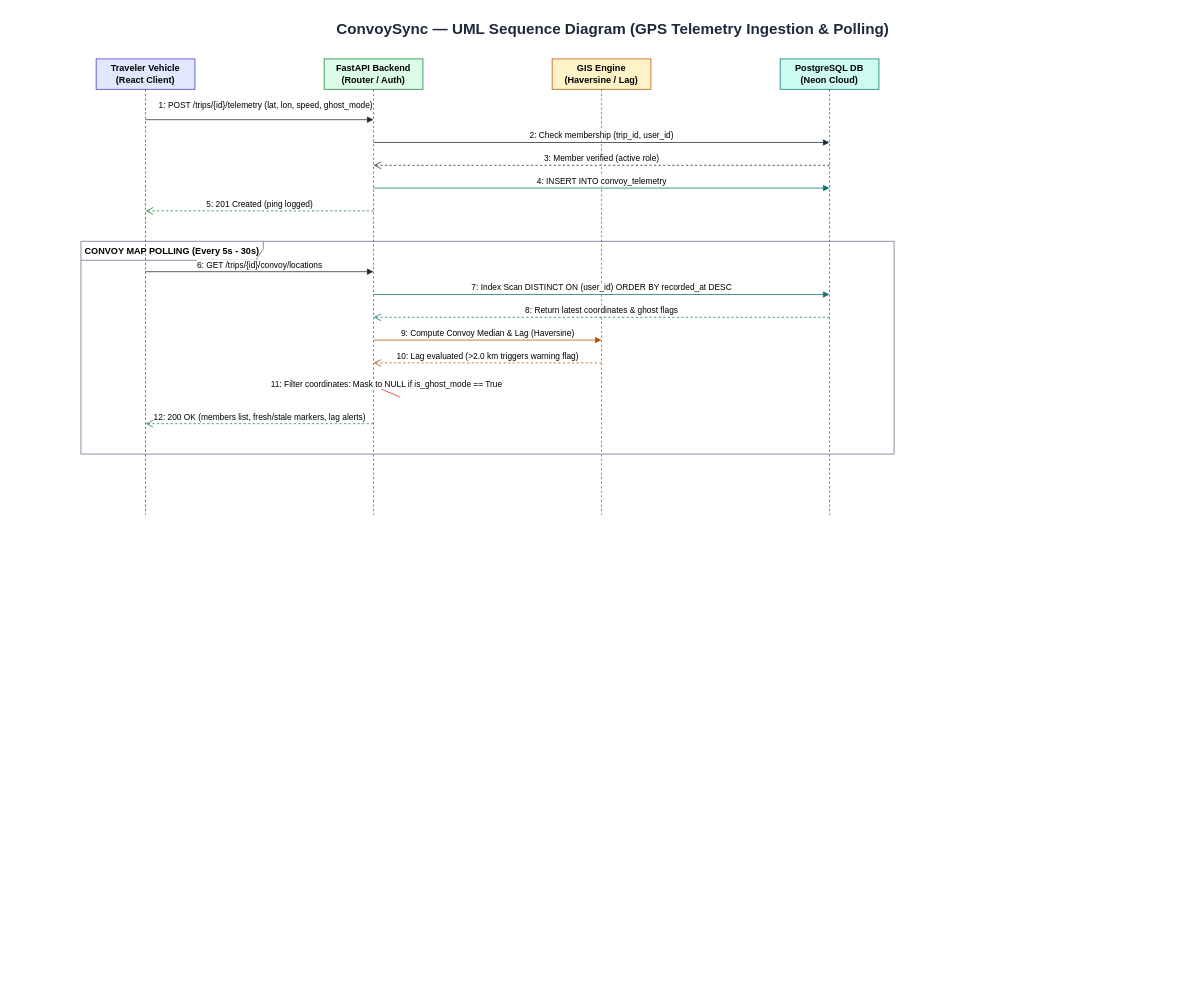
Earlier version of the draw.io diagram docs/diagrams/uml_sequence_diagram.drawio (kpal2207/Smart-Group-Trip-Coordination-Platform). Source tidied: cells renumbered, new cells numbered last; positions are measured from the earlier drawing's top-left corner, leaving out a move shared by most shapes. Both pictures are drawn from the tidied source at 76%, with x=0, y=0 at pixel (81, 13).
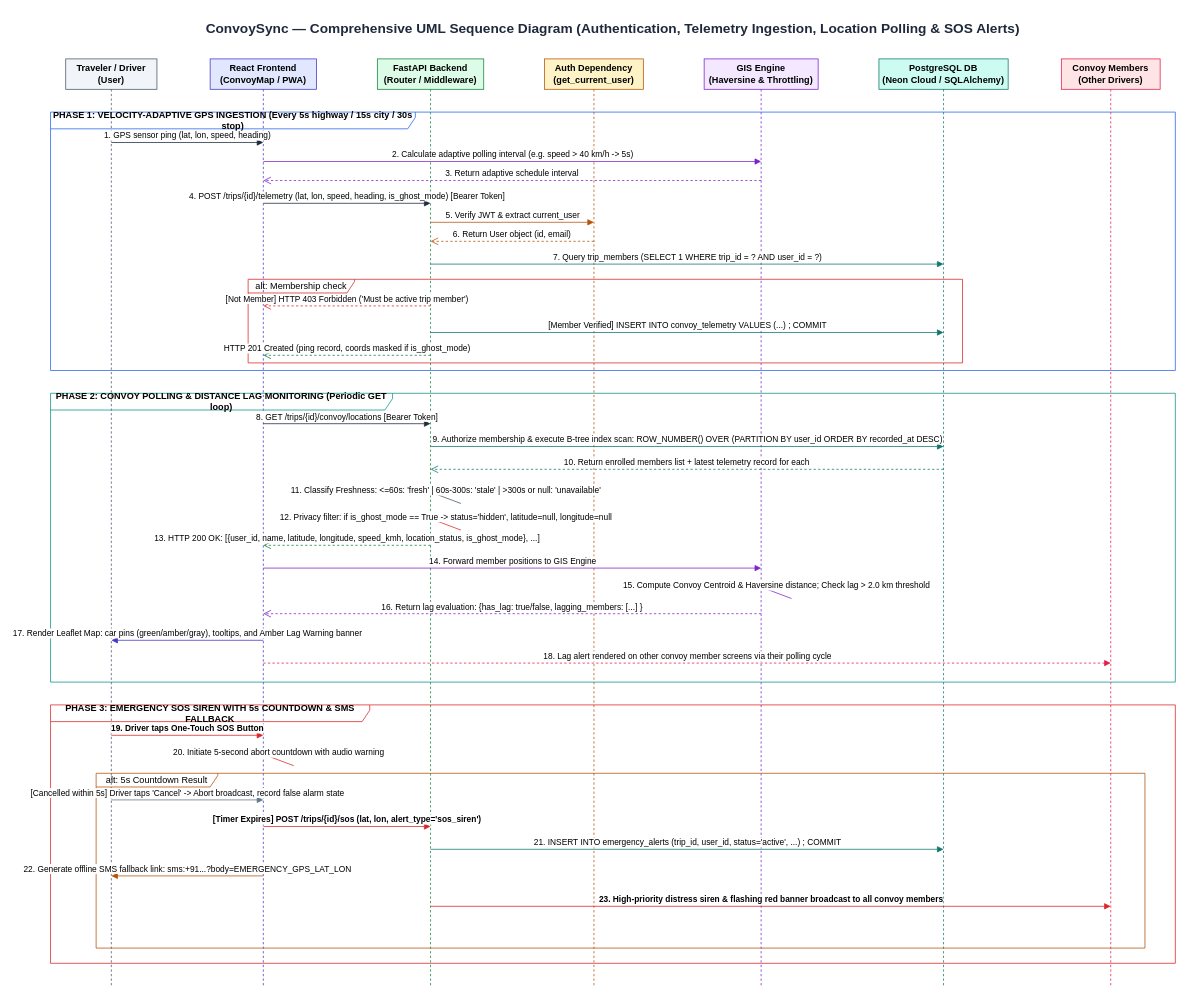
The same diagram, later.

Commit message (it also covers changes not shown here):
docs(db): complete UML sequence diagram with 3 phases - auth, telemetry, SOS

The edit, as a diff of the source:
```diff
@@
-    <mxCell id="2" value="ConvoySync — UML Sequence Diagram (GPS Telemetry Ingestion &amp; Polling)" style="text;html=1;strokeColor=none;fillColor=none;align=center;verticalAlign=middle;whiteSpace=wrap;rounded=0;fontSize=20;fontStyle=1;fontColor=#1E293B;" parent="1" vertex="1">
-      <mxGeometry x="250" width="900" height="40" as="geometry" />
+    <mxCell id="2" value="ConvoySync — Comprehensive UML Sequence Diagram (Authentication, Telemetry Ingestion, Location Polling &amp; SOS Alerts)" style="text;html=1;strokeColor=none;fillColor=none;align=center;verticalAlign=middle;whiteSpace=wrap;rounded=0;fontSize=18;fontStyle=1;fontColor=#1E293B;" parent="1" vertex="1">
+      <mxGeometry x="50" width="1300" height="40" as="geometry" />
     </mxCell>
+    <mxCell id="20" value="Traveler / Driver&#10;(User)" style="shape=umlLifeline;perimeter=lifelinePerimeter;whiteSpace=wrap;html=1;fillColor=#F1F5F9;strokeColor=#475569;fontStyle=1;" parent="1" vertex="1">
+      <mxGeometry x="-20" y="60" width="120" height="1220" as="geometry" />
+    </mxCell>
-    <mxCell id="3" value="Traveler Vehicle&#10;(React Client)" style="shape=umlLifeline;perimeter=lifelinePerimeter;whiteSpace=wrap;html=1;fillColor=#E0E7FF;strokeColor=#4338CA;fontStyle=1;" parent="1" vertex="1">
-      <mxGeometry x="20" y="60" width="130" height="600" as="geometry" />
+    <mxCell id="3" value="React Frontend&#10;(ConvoyMap / PWA)" style="shape=umlLifeline;perimeter=lifelinePerimeter;whiteSpace=wrap;html=1;fillColor=#E0E7FF;strokeColor=#4338CA;fontStyle=1;" parent="1" vertex="1">
+      <mxGeometry x="170" y="60" width="140" height="1220" as="geometry" />
     </mxCell>
-    <mxCell id="4" value="FastAPI Backend&#10;(Router / Auth)" style="shape=umlLifeline;perimeter=lifelinePerimeter;whiteSpace=wrap;html=1;fillColor=#DCFCE7;strokeColor=#15803D;fontStyle=1;" parent="1" vertex="1">
-      <mxGeometry x="320" y="60" width="130" height="600" as="geometry" />
+    <mxCell id="4" value="FastAPI Backend&#10;(Router / Middleware)" style="shape=umlLifeline;perimeter=lifelinePerimeter;whiteSpace=wrap;html=1;fillColor=#DCFCE7;strokeColor=#15803D;fontStyle=1;" parent="1" vertex="1">
+      <mxGeometry x="390" y="60" width="140" height="1220" as="geometry" />
     </mxCell>
+    <mxCell id="21" value="Auth Dependency&#10;(get_current_user)" style="shape=umlLifeline;perimeter=lifelinePerimeter;whiteSpace=wrap;html=1;fillColor=#FEF3C7;strokeColor=#B45309;fontStyle=1;" parent="1" vertex="1">
+      <mxGeometry x="610" y="60" width="130" height="1220" as="geometry" />
+    </mxCell>
-    <mxCell id="5" value="GIS Engine&#10;(Haversine / Lag)" style="shape=umlLifeline;perimeter=lifelinePerimeter;whiteSpace=wrap;html=1;fillColor=#FEF3C7;strokeColor=#B45309;fontStyle=1;" parent="1" vertex="1">
-      <mxGeometry x="620" y="60" width="130" height="600" as="geometry" />
+    <mxCell id="5" value="GIS Engine&#10;(Haversine &amp; Throttling)" style="shape=umlLifeline;perimeter=lifelinePerimeter;whiteSpace=wrap;html=1;fillColor=#F3E8FF;strokeColor=#7E22CE;fontStyle=1;" parent="1" vertex="1">
+      <mxGeometry x="820" y="60" width="150" height="1220" as="geometry" />
     </mxCell>
-    <mxCell id="6" value="PostgreSQL DB&#10;(Neon Cloud)" style="shape=umlLifeline;perimeter=lifelinePerimeter;whiteSpace=wrap;html=1;fillColor=#CCFBF1;strokeColor=#0F766E;fontStyle=1;" parent="1" vertex="1">
-      <mxGeometry x="920" y="60" width="130" height="600" as="geometry" />
+    <mxCell id="6" value="PostgreSQL DB&#10;(Neon Cloud / SQLAlchemy)" style="shape=umlLifeline;perimeter=lifelinePerimeter;whiteSpace=wrap;html=1;fillColor=#CCFBF1;strokeColor=#0F766E;fontStyle=1;" parent="1" vertex="1">
+      <mxGeometry x="1050" y="60" width="170" height="1220" as="geometry" />
     </mxCell>
-    <mxCell id="7" value="1: POST /trips/{id}/telemetry (lat, lon, speed, ghost_mode)" style="html=1;verticalAlign=bottom;endArrow=block;rounded=0;strokeColor=#1E293B;" parent="1" edge="1">
-      <mxGeometry x="0.05" y="10" relative="1" as="geometry">
-        <mxPoint x="85" y="140" as="sourcePoint" />
-        <mxPoint x="385" y="140" as="targetPoint" />
-      </mxGeometry>
-    </mxCell>
-    <mxCell id="8" value="2: Check membership (trip_id, user_id)" style="html=1;verticalAlign=bottom;endArrow=block;rounded=0;strokeColor=#1E293B;" parent="1" edge="1">
-      <mxGeometry relative="1" as="geometry">
-        <mxPoint x="385" y="170" as="sourcePoint" />
-        <mxPoint x="985" y="170" as="targetPoint" />
-      </mxGeometry>
-    </mxCell>
-    <mxCell id="9" value="3: Member verified (active role)" style="html=1;verticalAlign=bottom;endArrow=open;dashed=1;endSize=8;rounded=0;strokeColor=#1E293B;" parent="1" edge="1">
-      <mxGeometry relative="1" as="geometry">
-        <mxPoint x="985" y="200" as="sourcePoint" />
-        <mxPoint x="385" y="200" as="targetPoint" />
-      </mxGeometry>
-    </mxCell>
-    <mxCell id="10" value="4: INSERT INTO convoy_telemetry" style="html=1;verticalAlign=bottom;endArrow=block;rounded=0;strokeColor=#0F766E;" parent="1" edge="1">
-      <mxGeometry relative="1" as="geometry">
-        <mxPoint x="385" y="230" as="sourcePoint" />
-        <mxPoint x="985" y="230" as="targetPoint" />
-      </mxGeometry>
-    </mxCell>
-    <mxCell id="11" value="5: 201 Created (ping logged)" style="html=1;verticalAlign=bottom;endArrow=open;dashed=1;endSize=8;rounded=0;strokeColor=#15803D;" parent="1" edge="1">
-      <mxGeometry relative="1" as="geometry">
-        <mxPoint x="385" y="260" as="sourcePoint" />
-        <mxPoint x="85" y="260" as="targetPoint" />
-      </mxGeometry>
-    </mxCell>
-    <mxCell id="12" value="CONVOY MAP POLLING (Every 5s - 30s)" style="shape=umlFrame;whiteSpace=wrap;html=1;width=240;height=25;fillColor=none;strokeColor=#64748B;fontStyle=1;" parent="1" vertex="1">
-      <mxGeometry y="300" width="1070" height="280" as="geometry" />
-    </mxCell>
-    <mxCell id="13" value="6: GET /trips/{id}/convoy/locations" style="html=1;verticalAlign=bottom;endArrow=block;rounded=0;strokeColor=#1E293B;" parent="1" edge="1">
-      <mxGeometry relative="1" as="geometry">
-        <mxPoint x="85" y="340" as="sourcePoint" />
-        <mxPoint x="385" y="340" as="targetPoint" />
-      </mxGeometry>
-    </mxCell>
-    <mxCell id="14" value="7: Index Scan DISTINCT ON (user_id) ORDER BY recorded_at DESC" style="html=1;verticalAlign=bottom;endArrow=block;rounded=0;strokeColor=#0F766E;" parent="1" edge="1">
-      <mxGeometry relative="1" as="geometry">
-        <mxPoint x="385" y="370" as="sourcePoint" />
-        <mxPoint x="985" y="370" as="targetPoint" />
-      </mxGeometry>
-    </mxCell>
-    <mxCell id="15" value="8: Return latest coordinates &amp; ghost flags" style="html=1;verticalAlign=bottom;endArrow=open;dashed=1;endSize=8;rounded=0;strokeColor=#0F766E;" parent="1" edge="1">
-      <mxGeometry relative="1" as="geometry">
-        <mxPoint x="985" y="400" as="sourcePoint" />
-        <mxPoint x="385" y="400" as="targetPoint" />
-      </mxGeometry>
-    </mxCell>
-    <mxCell id="16" value="9: Compute Convoy Median &amp; Lag (Haversine)" style="html=1;verticalAlign=bottom;endArrow=block;rounded=0;strokeColor=#B45309;" parent="1" edge="1">
-      <mxGeometry relative="1" as="geometry">
-        <mxPoint x="385" y="430" as="sourcePoint" />
-        <mxPoint x="685" y="430" as="targetPoint" />
-      </mxGeometry>
-    </mxCell>
-    <mxCell id="17" value="10: Lag evaluated (&gt;2.0 km triggers warning flag)" style="html=1;verticalAlign=bottom;endArrow=open;dashed=1;endSize=8;rounded=0;strokeColor=#B45309;" parent="1" edge="1">
-      <mxGeometry relative="1" as="geometry">
-        <mxPoint x="685" y="460" as="sourcePoint" />
-        <mxPoint x="385" y="460" as="targetPoint" />
-      </mxGeometry>
-    </mxCell>
-    <mxCell id="18" value="11: Filter coordinates: Mask to NULL if is_ghost_mode == True" style="html=1;verticalAlign=bottom;endArrow=none;rounded=0;strokeColor=#DC2626;" parent="1" edge="1">
-      <mxGeometry relative="1" as="geometry">
-        <mxPoint x="385" y="490" as="sourcePoint" />
-        <mxPoint x="420" y="505" as="targetPoint" />
-      </mxGeometry>
-    </mxCell>
-    <mxCell id="19" value="12: 200 OK (members list, fresh/stale markers, lag alerts)" style="html=1;verticalAlign=bottom;endArrow=open;dashed=1;endSize=8;rounded=0;strokeColor=#15803D;" parent="1" edge="1">
-      <mxGeometry relative="1" as="geometry">
-        <mxPoint x="385" y="540" as="sourcePoint" />
-        <mxPoint x="85" y="540" as="targetPoint" />
-      </mxGeometry>
-    </mxCell>
+    <mxCell id="22" value="Convoy Members&#10;(Other Drivers)" style="shape=umlLifeline;perimeter=lifelinePerimeter;whiteSpace=wrap;html=1;fillColor=#FFE4E6;strokeColor=#E11D48;fontStyle=1;" parent="1" vertex="1">
+      <mxGeometry x="1290" y="60" width="130" height="1220" as="geometry" />
+    </mxCell>
+    <mxCell id="23" value="PHASE 1: VELOCITY-ADAPTIVE GPS INGESTION (Every 5s highway / 15s city / 30s stop)" style="shape=umlFrame;whiteSpace=wrap;html=1;width=480;height=22;fillColor=none;strokeColor=#2563EB;fontStyle=1;" parent="1" vertex="1">
+      <mxGeometry x="-40" y="130" width="1480" height="340" as="geometry" />
+    </mxCell>
+    <mxCell id="24" value="1. GPS sensor ping (lat, lon, speed, heading)" style="html=1;verticalAlign=bottom;endArrow=block;rounded=0;strokeColor=#1E293B;" parent="1" edge="1">
+      <mxGeometry relative="1" as="geometry">
+        <mxPoint x="40" y="170" as="sourcePoint" />
+        <mxPoint x="240" y="170" as="targetPoint" />
+      </mxGeometry>
+    </mxCell>
+    <mxCell id="25" value="2. Calculate adaptive polling interval (e.g. speed &gt; 40 km/h -&gt; 5s)" style="html=1;verticalAlign=bottom;endArrow=block;rounded=0;strokeColor=#7E22CE;" parent="1" edge="1">
+      <mxGeometry relative="1" as="geometry">
+        <mxPoint x="240" y="195" as="sourcePoint" />
+        <mxPoint x="895" y="195" as="targetPoint" />
+      </mxGeometry>
+    </mxCell>
+    <mxCell id="26" value="3. Return adaptive schedule interval" style="html=1;verticalAlign=bottom;endArrow=open;dashed=1;endSize=8;rounded=0;strokeColor=#7E22CE;" parent="1" edge="1">
+      <mxGeometry relative="1" as="geometry">
+        <mxPoint x="895" y="220" as="sourcePoint" />
+        <mxPoint x="240" y="220" as="targetPoint" />
+      </mxGeometry>
+    </mxCell>
+    <mxCell id="27" value="4. POST /trips/{id}/telemetry (lat, lon, speed, heading, is_ghost_mode) [Bearer Token]" style="html=1;verticalAlign=bottom;endArrow=block;rounded=0;strokeColor=#1E293B;" parent="1" edge="1">
+      <mxGeometry relative="1" as="geometry">
+        <mxPoint x="240" y="250" as="sourcePoint" />
+        <mxPoint x="460" y="250" as="targetPoint" />
+      </mxGeometry>
+    </mxCell>
+    <mxCell id="28" value="5. Verify JWT &amp; extract current_user" style="html=1;verticalAlign=bottom;endArrow=block;rounded=0;strokeColor=#B45309;" parent="1" edge="1">
+      <mxGeometry relative="1" as="geometry">
+        <mxPoint x="460" y="275" as="sourcePoint" />
+        <mxPoint x="675" y="275" as="targetPoint" />
+      </mxGeometry>
+    </mxCell>
+    <mxCell id="29" value="6. Return User object (id, email)" style="html=1;verticalAlign=bottom;endArrow=open;dashed=1;endSize=8;rounded=0;strokeColor=#B45309;" parent="1" edge="1">
+      <mxGeometry relative="1" as="geometry">
+        <mxPoint x="675" y="300" as="sourcePoint" />
+        <mxPoint x="460" y="300" as="targetPoint" />
+      </mxGeometry>
+    </mxCell>
+    <mxCell id="30" value="7. Query trip_members (SELECT 1 WHERE trip_id = ? AND user_id = ?)" style="html=1;verticalAlign=bottom;endArrow=block;rounded=0;strokeColor=#0F766E;" parent="1" edge="1">
+      <mxGeometry relative="1" as="geometry">
+        <mxPoint x="460" y="330" as="sourcePoint" />
+        <mxPoint x="1135" y="330" as="targetPoint" />
+      </mxGeometry>
+    </mxCell>
+    <mxCell id="31" value="alt: Membership check" style="shape=umlFrame;whiteSpace=wrap;html=1;width=140;height=18;fillColor=none;strokeColor=#DC2626;" parent="1" vertex="1">
+      <mxGeometry x="220" y="350" width="940" height="110" as="geometry" />
+    </mxCell>
+    <mxCell id="32" value="[Not Member] HTTP 403 Forbidden ('Must be active trip member')" style="html=1;verticalAlign=bottom;endArrow=open;dashed=1;endSize=8;rounded=0;strokeColor=#DC2626;" parent="1" edge="1">
+      <mxGeometry relative="1" as="geometry">
+        <mxPoint x="460" y="385" as="sourcePoint" />
+        <mxPoint x="240" y="385" as="targetPoint" />
+      </mxGeometry>
+    </mxCell>
+    <mxCell id="33" value="[Member Verified] INSERT INTO convoy_telemetry VALUES (...) ; COMMIT" style="html=1;verticalAlign=bottom;endArrow=block;rounded=0;strokeColor=#0F766E;" parent="1" edge="1">
+      <mxGeometry relative="1" as="geometry">
+        <mxPoint x="460" y="420" as="sourcePoint" />
+        <mxPoint x="1135" y="420" as="targetPoint" />
+      </mxGeometry>
+    </mxCell>
+    <mxCell id="34" value="HTTP 201 Created (ping record, coords masked if is_ghost_mode)" style="html=1;verticalAlign=bottom;endArrow=open;dashed=1;endSize=8;rounded=0;strokeColor=#15803D;" parent="1" edge="1">
+      <mxGeometry relative="1" as="geometry">
+        <mxPoint x="460" y="450" as="sourcePoint" />
+        <mxPoint x="240" y="450" as="targetPoint" />
+      </mxGeometry>
+    </mxCell>
+    <mxCell id="35" value="PHASE 2: CONVOY POLLING &amp; DISTANCE LAG MONITORING (Periodic GET loop)" style="shape=umlFrame;whiteSpace=wrap;html=1;width=450;height=22;fillColor=none;strokeColor=#0D9488;fontStyle=1;" parent="1" vertex="1">
+      <mxGeometry x="-40" y="500" width="1480" height="380" as="geometry" />
+    </mxCell>
+    <mxCell id="36" value="8. GET /trips/{id}/convoy/locations [Bearer Token]" style="html=1;verticalAlign=bottom;endArrow=block;rounded=0;strokeColor=#1E293B;" parent="1" edge="1">
+      <mxGeometry relative="1" as="geometry">
+        <mxPoint x="240" y="540" as="sourcePoint" />
+        <mxPoint x="460" y="540" as="targetPoint" />
+      </mxGeometry>
+    </mxCell>
+    <mxCell id="37" value="9. Authorize membership &amp; execute B-tree index scan: ROW_NUMBER() OVER (PARTITION BY user_id ORDER BY recorded_at DESC)" style="html=1;verticalAlign=bottom;endArrow=block;rounded=0;strokeColor=#0F766E;" parent="1" edge="1">
+      <mxGeometry relative="1" as="geometry">
+        <mxPoint x="460" y="570" as="sourcePoint" />
+        <mxPoint x="1135" y="570" as="targetPoint" />
+      </mxGeometry>
+    </mxCell>
+    <mxCell id="38" value="10. Return enrolled members list + latest telemetry record for each" style="html=1;verticalAlign=bottom;endArrow=open;dashed=1;endSize=8;rounded=0;strokeColor=#0F766E;" parent="1" edge="1">
+      <mxGeometry relative="1" as="geometry">
+        <mxPoint x="1135" y="600" as="sourcePoint" />
+        <mxPoint x="460" y="600" as="targetPoint" />
+      </mxGeometry>
+    </mxCell>
+    <mxCell id="39" value="11. Classify Freshness: &lt;=60s: 'fresh' | 60s-300s: 'stale' | &gt;300s or null: 'unavailable'" style="html=1;verticalAlign=bottom;endArrow=none;rounded=0;strokeColor=#475569;" parent="1" edge="1">
+      <mxGeometry relative="1" as="geometry">
+        <mxPoint x="460" y="630" as="sourcePoint" />
+        <mxPoint x="500" y="645" as="targetPoint" />
+      </mxGeometry>
+    </mxCell>
+    <mxCell id="40" value="12. Privacy filter: if is_ghost_mode == True -&gt; status='hidden', latitude=null, longitude=null" style="html=1;verticalAlign=bottom;endArrow=none;rounded=0;strokeColor=#DC2626;" parent="1" edge="1">
+      <mxGeometry relative="1" as="geometry">
+        <mxPoint x="460" y="665" as="sourcePoint" />
+        <mxPoint x="500" y="680" as="targetPoint" />
+      </mxGeometry>
+    </mxCell>
+    <mxCell id="41" value="13. HTTP 200 OK: [{user_id, name, latitude, longitude, speed_kmh, location_status, is_ghost_mode}, ...]" style="html=1;verticalAlign=bottom;endArrow=open;dashed=1;endSize=8;rounded=0;strokeColor=#15803D;" parent="1" edge="1">
+      <mxGeometry relative="1" as="geometry">
+        <mxPoint x="460" y="700" as="sourcePoint" />
+        <mxPoint x="240" y="700" as="targetPoint" />
+      </mxGeometry>
+    </mxCell>
+    <mxCell id="42" value="14. Forward member positions to GIS Engine" style="html=1;verticalAlign=bottom;endArrow=block;rounded=0;strokeColor=#7E22CE;" parent="1" edge="1">
+      <mxGeometry relative="1" as="geometry">
+        <mxPoint x="240" y="730" as="sourcePoint" />
+        <mxPoint x="895" y="730" as="targetPoint" />
+      </mxGeometry>
+    </mxCell>
+    <mxCell id="43" value="15. Compute Convoy Centroid &amp; Haversine distance; Check lag &gt; 2.0 km threshold" style="html=1;verticalAlign=bottom;endArrow=none;rounded=0;strokeColor=#7E22CE;" parent="1" edge="1">
+      <mxGeometry relative="1" as="geometry">
+        <mxPoint x="895" y="755" as="sourcePoint" />
+        <mxPoint x="935" y="770" as="targetPoint" />
+      </mxGeometry>
+    </mxCell>
+    <mxCell id="44" value="16. Return lag evaluation: {has_lag: true/false, lagging_members: [...] }" style="html=1;verticalAlign=bottom;endArrow=open;dashed=1;endSize=8;rounded=0;strokeColor=#7E22CE;" parent="1" edge="1">
+      <mxGeometry relative="1" as="geometry">
+        <mxPoint x="895" y="790" as="sourcePoint" />
+        <mxPoint x="240" y="790" as="targetPoint" />
+      </mxGeometry>
+    </mxCell>
+    <mxCell id="45" value="17. Render Leaflet Map: car pins (green/amber/gray), tooltips, and Amber Lag Warning banner" style="html=1;verticalAlign=bottom;endArrow=block;rounded=0;strokeColor=#4338CA;" parent="1" edge="1">
+      <mxGeometry relative="1" as="geometry">
+        <mxPoint x="240" y="825" as="sourcePoint" />
+        <mxPoint x="40" y="825" as="targetPoint" />
+      </mxGeometry>
+    </mxCell>
+    <mxCell id="46" value="18. Lag alert rendered on other convoy member screens via their polling cycle" style="html=1;verticalAlign=bottom;endArrow=block;rounded=0;dashed=1;strokeColor=#E11D48;" parent="1" edge="1">
+      <mxGeometry relative="1" as="geometry">
+        <mxPoint x="240" y="855" as="sourcePoint" />
+        <mxPoint x="1355" y="855" as="targetPoint" />
+      </mxGeometry>
+    </mxCell>
+    <mxCell id="47" value="PHASE 3: EMERGENCY SOS SIREN WITH 5s COUNTDOWN &amp; SMS FALLBACK" style="shape=umlFrame;whiteSpace=wrap;html=1;width=420;height=22;fillColor=none;strokeColor=#DC2626;fontStyle=1;" parent="1" vertex="1">
+      <mxGeometry x="-40" y="910" width="1480" height="340" as="geometry" />
+    </mxCell>
+    <mxCell id="48" value="19. Driver taps One-Touch SOS Button" style="html=1;verticalAlign=bottom;endArrow=block;rounded=0;strokeColor=#DC2626;fontStyle=1;" parent="1" edge="1">
+      <mxGeometry relative="1" as="geometry">
+        <mxPoint x="40" y="950" as="sourcePoint" />
+        <mxPoint x="240" y="950" as="targetPoint" />
+      </mxGeometry>
+    </mxCell>
+    <mxCell id="49" value="20. Initiate 5-second abort countdown with audio warning" style="html=1;verticalAlign=bottom;endArrow=none;rounded=0;strokeColor=#DC2626;" parent="1" edge="1">
+      <mxGeometry relative="1" as="geometry">
+        <mxPoint x="240" y="975" as="sourcePoint" />
+        <mxPoint x="280" y="990" as="targetPoint" />
+      </mxGeometry>
+    </mxCell>
+    <mxCell id="50" value="alt: 5s Countdown Result" style="shape=umlFrame;whiteSpace=wrap;html=1;width=160;height=18;fillColor=none;strokeColor=#B45309;" parent="1" vertex="1">
+      <mxGeometry x="20" y="1000" width="1380" height="230" as="geometry" />
+    </mxCell>
+    <mxCell id="51" value="[Cancelled within 5s] Driver taps 'Cancel' -&gt; Abort broadcast, record false alarm state" style="html=1;verticalAlign=bottom;endArrow=block;rounded=0;strokeColor=#64748B;" parent="1" edge="1">
+      <mxGeometry relative="1" as="geometry">
+        <mxPoint x="40" y="1035" as="sourcePoint" />
+        <mxPoint x="240" y="1035" as="targetPoint" />
+      </mxGeometry>
+    </mxCell>
+    <mxCell id="52" value="[Timer Expires] POST /trips/{id}/sos (lat, lon, alert_type='sos_siren')" style="html=1;verticalAlign=bottom;endArrow=block;rounded=0;strokeColor=#DC2626;fontStyle=1;" parent="1" edge="1">
+      <mxGeometry relative="1" as="geometry">
+        <mxPoint x="240" y="1070" as="sourcePoint" />
+        <mxPoint x="460" y="1070" as="targetPoint" />
+      </mxGeometry>
+    </mxCell>
+    <mxCell id="53" value="21. INSERT INTO emergency_alerts (trip_id, user_id, status='active', ...) ; COMMIT" style="html=1;verticalAlign=bottom;endArrow=block;rounded=0;strokeColor=#0F766E;" parent="1" edge="1">
+      <mxGeometry relative="1" as="geometry">
+        <mxPoint x="460" y="1100" as="sourcePoint" />
+        <mxPoint x="1135" y="1100" as="targetPoint" />
+      </mxGeometry>
+    </mxCell>
+    <mxCell id="54" value="22. Generate offline SMS fallback link: sms:+91...?body=EMERGENCY_GPS_LAT_LON" style="html=1;verticalAlign=bottom;endArrow=block;rounded=0;strokeColor=#B45309;" parent="1" edge="1">
+      <mxGeometry relative="1" as="geometry">
+        <mxPoint x="240" y="1135" as="sourcePoint" />
+        <mxPoint x="40" y="1135" as="targetPoint" />
+      </mxGeometry>
+    </mxCell>
+    <mxCell id="55" value="23. High-priority distress siren &amp; flashing red banner broadcast to all convoy members" style="html=1;verticalAlign=bottom;endArrow=block;rounded=0;strokeColor=#DC2626;fontStyle=1;" parent="1" edge="1">
+      <mxGeometry relative="1" as="geometry">
+        <mxPoint x="460" y="1175" as="sourcePoint" />
+        <mxPoint x="1355" y="1175" as="targetPoint" />
+      </mxGeometry>
+    </mxCell>
```
